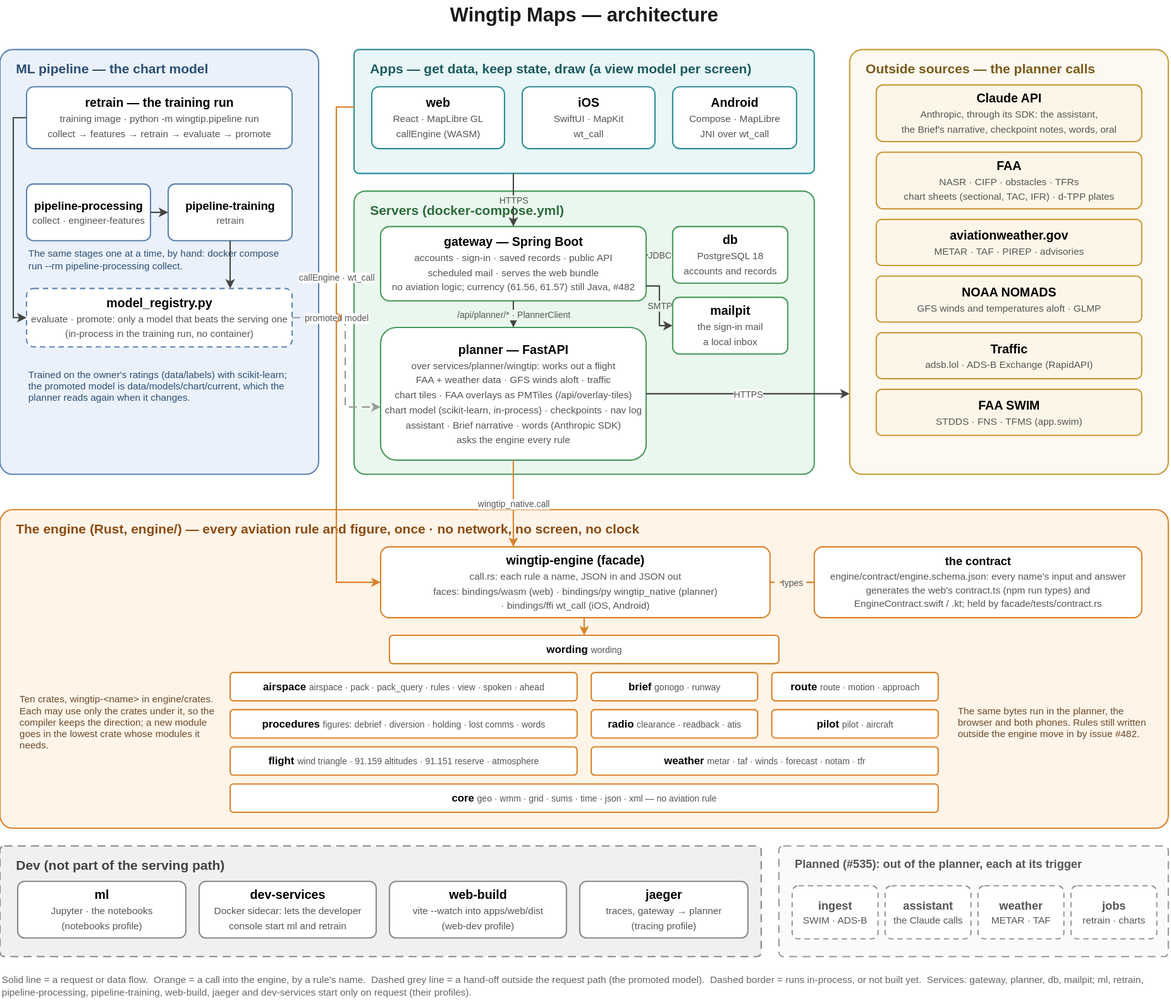
Earlier version of the draw.io export docs/architecture-current.svg (asdaq-samir/wingtip). Source tidied: cells renumbered, new cells last; positions are measured from the earlier drawing's top-left corner, leaving out a move shared by most shapes.
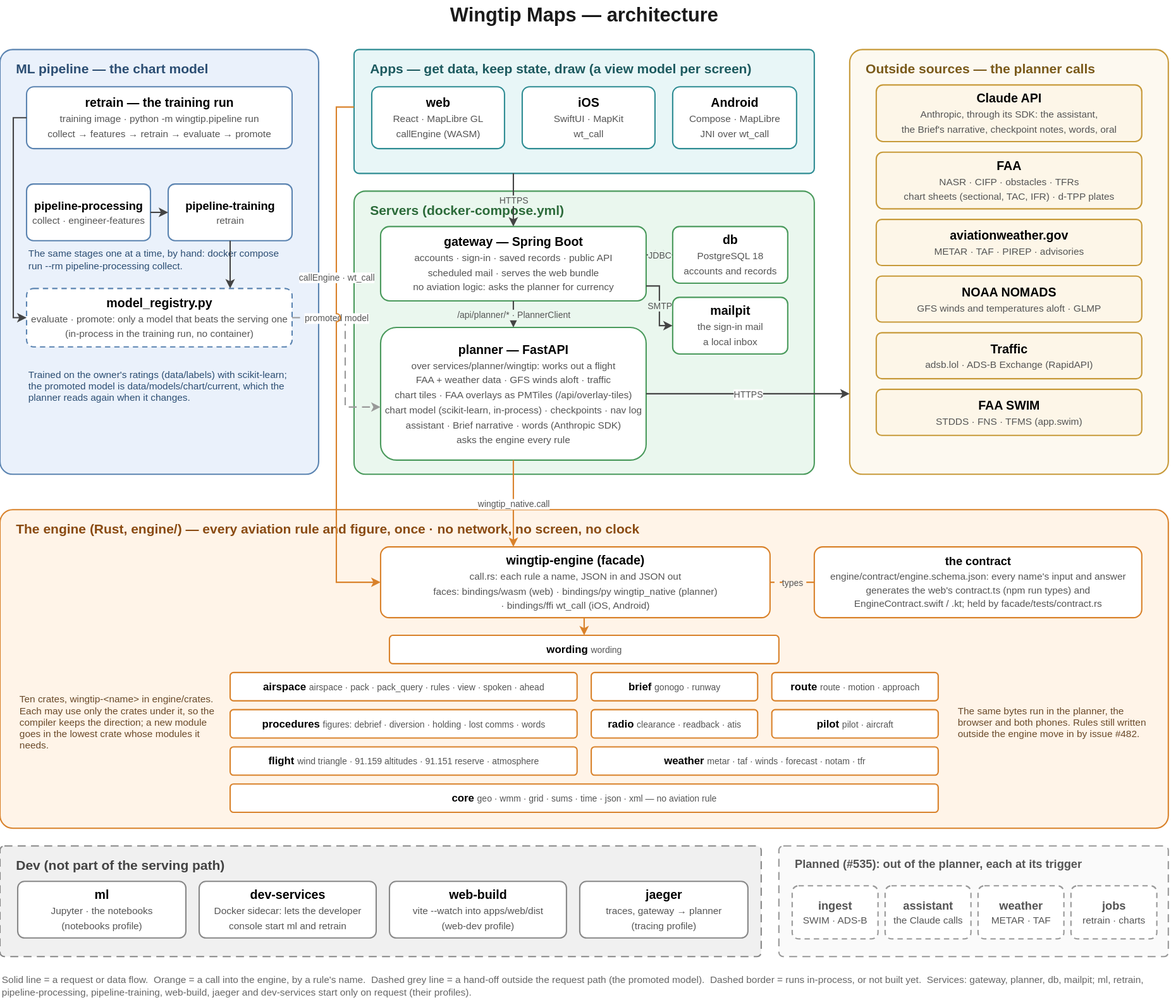
The same diagram one commit later.

The edit, as a diff of the source:
```diff
@@ -53,7 +53,7 @@
     <mxCell id="18" value="&lt;b&gt;Android&lt;/b&gt;&lt;br&gt;&lt;span style=&quot;font-size:11px;color:#555555;&quot;&gt;Compose · MapLibre&lt;/span&gt;&lt;br&gt;&lt;span style=&quot;font-size:11px;color:#555555;&quot;&gt;JNI over wt_call&lt;/span&gt;" style="rounded=1;arcSize=12;whiteSpace=wrap;html=1;fillColor=#FFFFFF;strokeColor=#2E8C93;strokeWidth=1.5;fontSize=14;" parent="1" vertex="1">
       <mxGeometry x="760" y="98" width="140" height="70" as="geometry" />
     </mxCell>
-    <mxCell id="19" value="&lt;b&gt;gateway — Spring Boot&lt;/b&gt;&lt;br&gt;&lt;span style=&quot;font-size:11px;color:#555555;&quot;&gt;accounts · sign-in · saved records · public API&lt;/span&gt;&lt;br&gt;&lt;span style=&quot;font-size:11px;color:#555555;&quot;&gt;scheduled mail · serves the web bundle&lt;/span&gt;&lt;br&gt;&lt;span style=&quot;font-size:11px;color:#555555;&quot;&gt;no aviation logic; currency (61.56, 61.57) still Java, #482&lt;/span&gt;" style="rounded=1;arcSize=12;whiteSpace=wrap;html=1;fillColor=#FFFFFF;strokeColor=#4A9A5C;strokeWidth=1.5;fontSize=14;" parent="1" vertex="1">
+    <mxCell id="19" value="&lt;b&gt;gateway — Spring Boot&lt;/b&gt;&lt;br&gt;&lt;span style=&quot;font-size:11px;color:#555555;&quot;&gt;accounts · sign-in · saved records · public API&lt;/span&gt;&lt;br&gt;&lt;span style=&quot;font-size:11px;color:#555555;&quot;&gt;scheduled mail · serves the web bundle&lt;/span&gt;&lt;br&gt;&lt;span style=&quot;font-size:11px;color:#555555;&quot;&gt;no aviation logic: asks the planner for currency&lt;/span&gt;" style="rounded=1;arcSize=12;whiteSpace=wrap;html=1;fillColor=#FFFFFF;strokeColor=#4A9A5C;strokeWidth=1.5;fontSize=14;" parent="1" vertex="1">
       <mxGeometry x="430" y="256" width="300" height="84" as="geometry" />
     </mxCell>
     <mxCell id="20" value="&lt;b&gt;db&lt;/b&gt;&lt;br&gt;&lt;span style=&quot;font-size:11px;color:#555555;&quot;&gt;PostgreSQL 18&lt;/span&gt;&lt;br&gt;&lt;span style=&quot;font-size:11px;color:#555555;&quot;&gt;accounts and records&lt;/span&gt;" style="rounded=1;arcSize=12;whiteSpace=wrap;html=1;fillColor=#FFFFFF;strokeColor=#4A9A5C;strokeWidth=1.5;fontSize=14;" parent="1" vertex="1">
```
